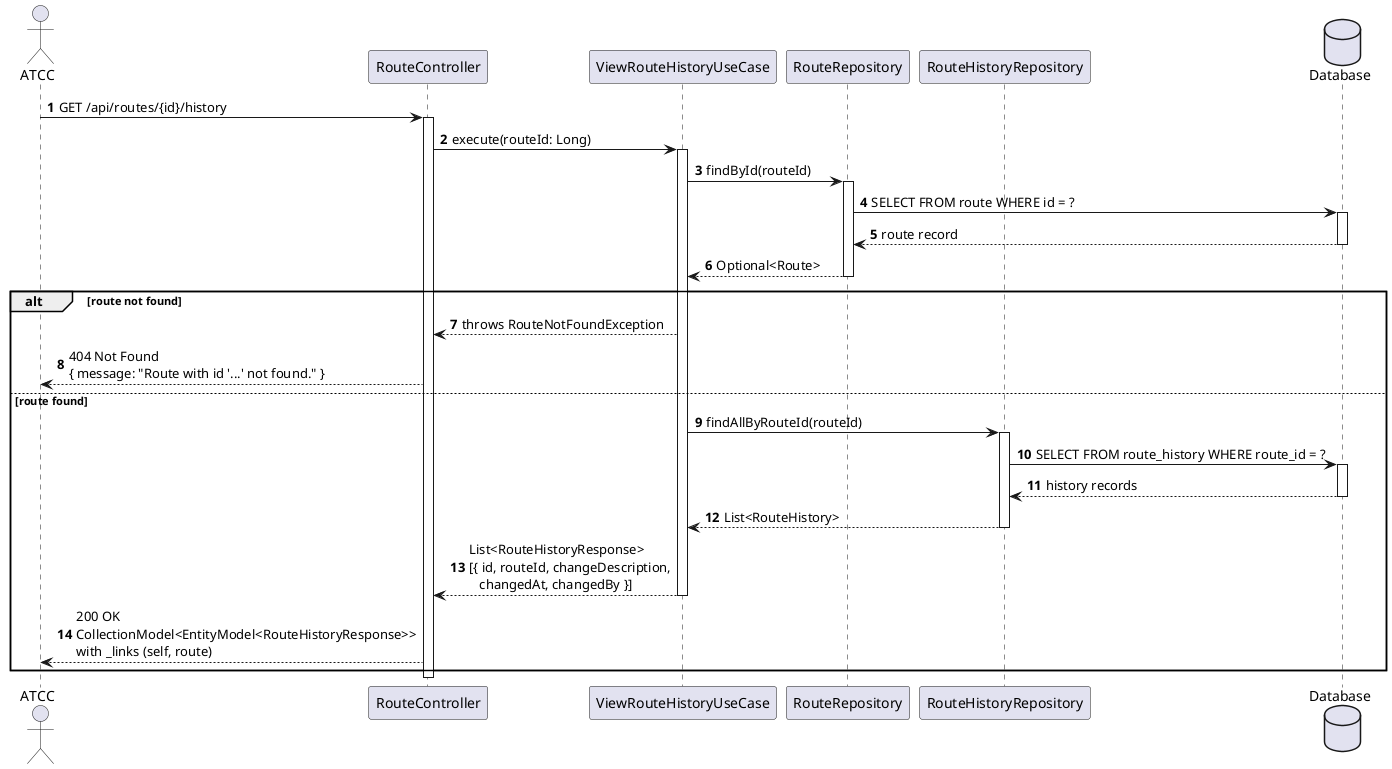
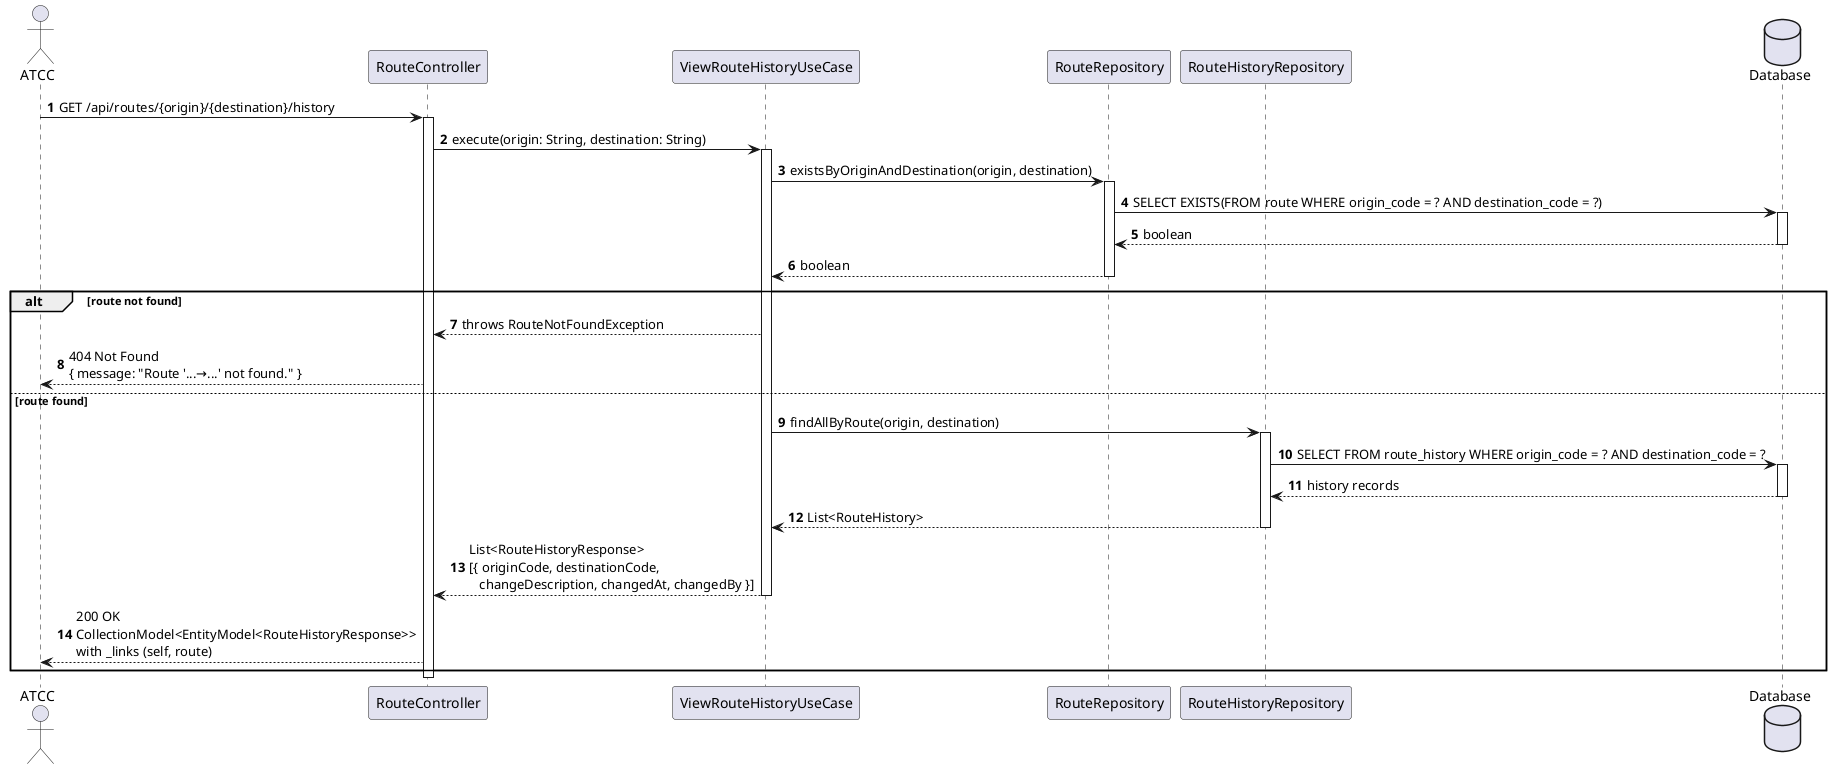
@startuml
autonumber
actor "ATCC" as Actor
participant "RouteController" as Ctrl
participant "ViewRouteHistoryUseCase" as UC
participant "RouteRepository" as RouteRepo
participant "RouteHistoryRepository" as HistoryRepo
database "Database" as DB

- Actor -> Ctrl : GET /api/routes/{id}/history
+ Actor -> Ctrl : GET /api/routes/{origin}/{destination}/history
activate Ctrl

- Ctrl -> UC : execute(routeId: Long)
+ Ctrl -> UC : execute(origin: String, destination: String)
activate UC

- UC -> RouteRepo : findById(routeId)
+ UC -> RouteRepo : existsByOriginAndDestination(origin, destination)
activate RouteRepo
- RouteRepo -> DB : SELECT FROM route WHERE id = ?
+ RouteRepo -> DB : SELECT EXISTS(FROM route WHERE origin_code = ? AND destination_code = ?)
activate DB
- DB --> RouteRepo : route record
+ DB --> RouteRepo : boolean
deactivate DB
- RouteRepo --> UC : Optional<Route>
+ RouteRepo --> UC : boolean
deactivate RouteRepo

alt route not found
  UC --> Ctrl : throws RouteNotFoundException
-   Ctrl --> Actor : 404 Not Found\n{ message: "Route with id '...' not found." }
+   Ctrl --> Actor : 404 Not Found\n{ message: "Route '...→...' not found." }
else route found
-   UC -> HistoryRepo : findAllByRouteId(routeId)
+   UC -> HistoryRepo : findAllByRoute(origin, destination)
  activate HistoryRepo
-   HistoryRepo -> DB : SELECT FROM route_history WHERE route_id = ?
+   HistoryRepo -> DB : SELECT FROM route_history WHERE origin_code = ? AND destination_code = ?
  activate DB
  DB --> HistoryRepo : history records
  deactivate DB
  HistoryRepo --> UC : List<RouteHistory>
  deactivate HistoryRepo

-   UC --> Ctrl : List<RouteHistoryResponse>\n[{ id, routeId, changeDescription,\n   changedAt, changedBy }]
+   UC --> Ctrl : List<RouteHistoryResponse>\n[{ originCode, destinationCode,\n   changeDescription, changedAt, changedBy }]
  deactivate UC
  Ctrl --> Actor : 200 OK\nCollectionModel<EntityModel<RouteHistoryResponse>>\nwith _links (self, route)
end

deactivate Ctrl
@enduml
